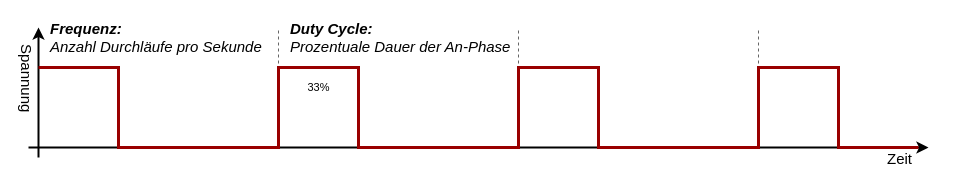
Above: 2-hardwaredesign/img/pwm.drawio in DennisSchulmeister/dhbwka-wwi-iottech-folien (draw.io), before the change. Source tidied: cells renumbered, new cells numbered last; positions are measured from the earlier drawing's top-left corner, leaving out a move shared by most shapes. Both pictures are drawn from the tidied source at 100%, with x=0, y=0 at pixel (-12, 17).
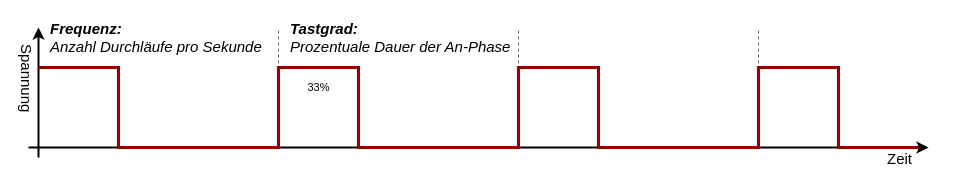
The same diagram, later.

Change to the diagram source:
```diff
@@
-    <mxCell id="11" value="&lt;div style=&quot;font-size: 15px&quot;&gt;&lt;b style=&quot;font-size: 15px&quot;&gt;Duty Cycle:&lt;/b&gt;&lt;br&gt;&lt;/div&gt;&lt;div style=&quot;font-size: 15px&quot;&gt;Prozentuale Dauer der An-Phase&lt;/div&gt;" style="text;html=1;align=left;verticalAlign=top;spacingTop=-4;fontSize=15;fontStyle=2;" parent="1" vertex="1">
+    <mxCell id="11" value="&lt;div style=&quot;font-size: 15px&quot;&gt;&lt;b style=&quot;font-size: 15px&quot;&gt;Tastgrad:&lt;/b&gt;&lt;br&gt;&lt;/div&gt;&lt;div style=&quot;font-size: 15px&quot;&gt;Prozentuale Dauer der An-Phase&lt;/div&gt;" style="text;html=1;align=left;verticalAlign=top;spacingTop=-4;fontSize=15;fontStyle=2;" parent="1" vertex="1">
       <mxGeometry x="300" width="230" height="40" as="geometry" />
     </mxCell>
```
